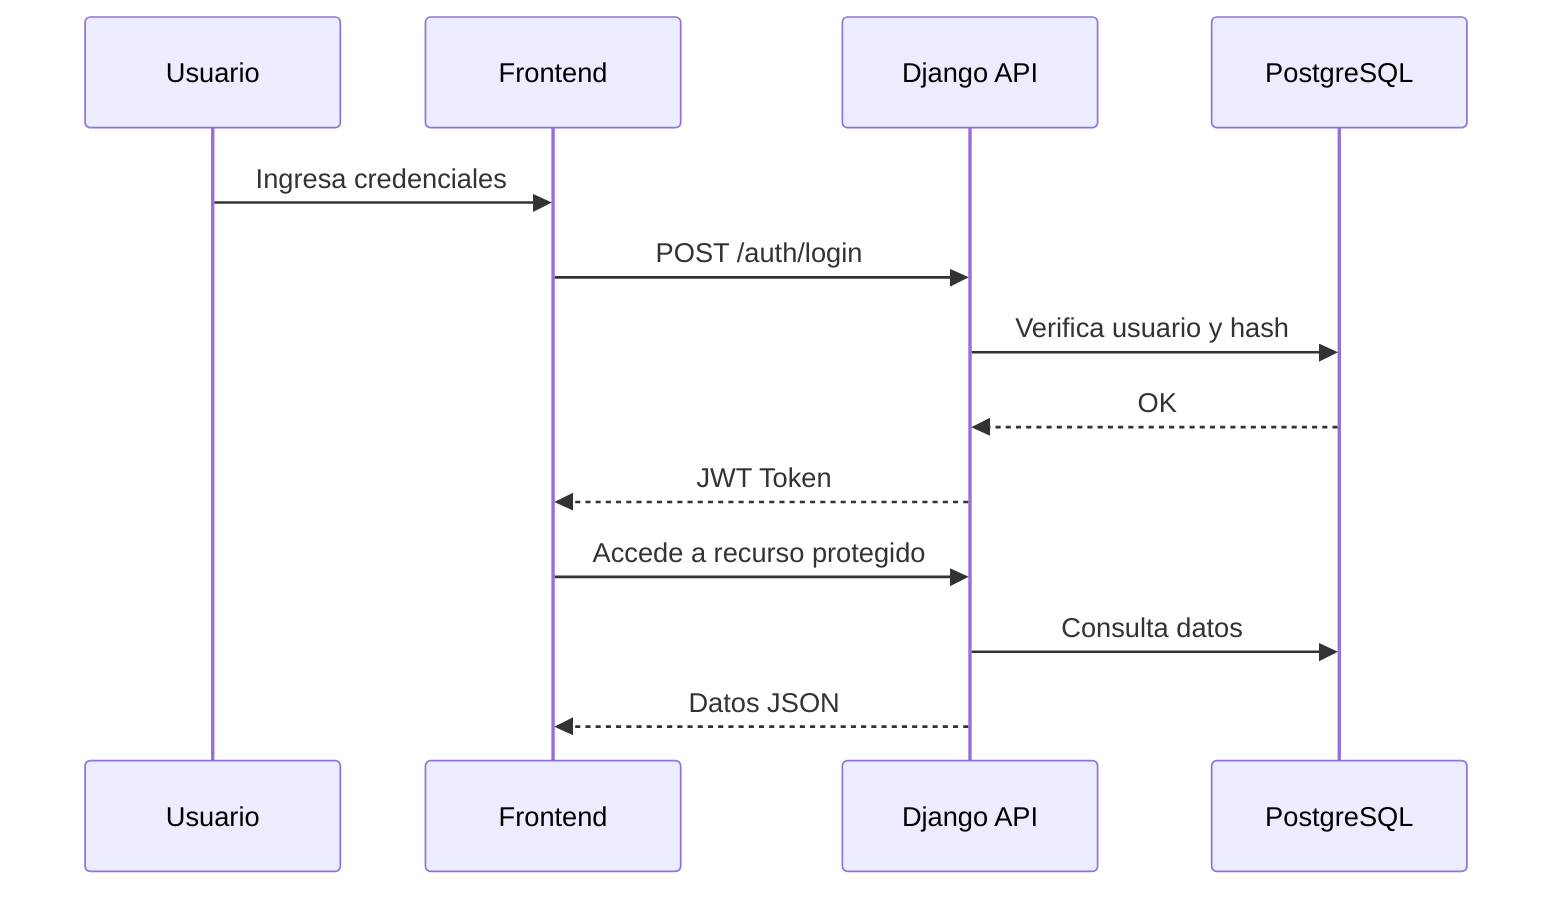
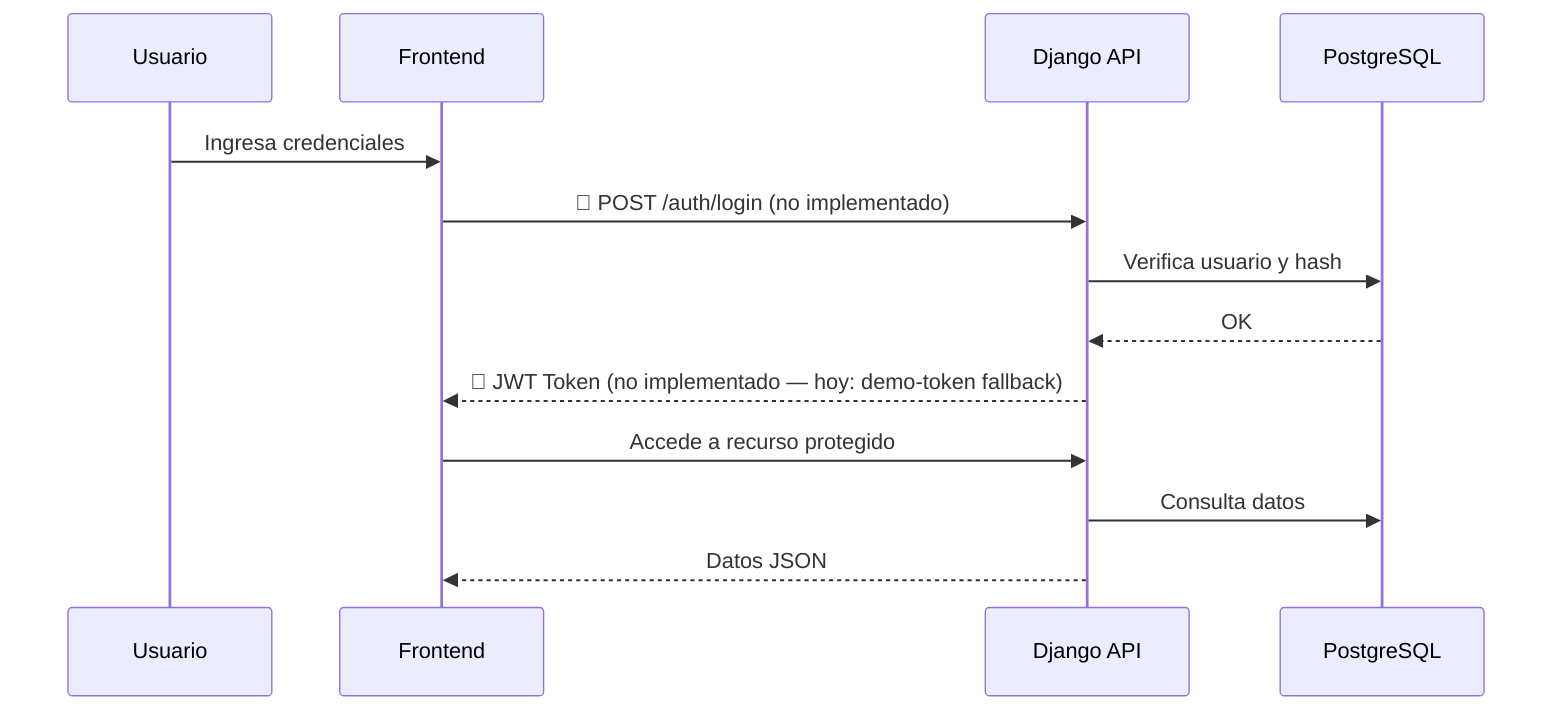
+ %% 🔷 DIAGRAMA COMPLETO = Objetivo, no implementado.
+ %% Evidencia: no existe /auth/login en src/backend/api/urls.py; no hay
+ %% djangorestframework-simplejwt en requirements.txt; el frontend cae a
+ %% "demo-token" si falla el login real (AuthContext.jsx). Verificado 20-jul-2026.
+ 
sequenceDiagram
  participant U as Usuario
  participant FE as Frontend
  participant API as Django API
  participant DB as PostgreSQL
  U->>FE: Ingresa credenciales
-   FE->>API: POST /auth/login
+   FE->>API: 🔷 POST /auth/login (no implementado)
  API->>DB: Verifica usuario y hash
  DB-->>API: OK
-   API-->>FE: JWT Token
+   API-->>FE: 🔷 JWT Token (no implementado — hoy: demo-token fallback)
  FE->>API: Accede a recurso protegido
  API->>DB: Consulta datos
  API-->>FE: Datos JSON